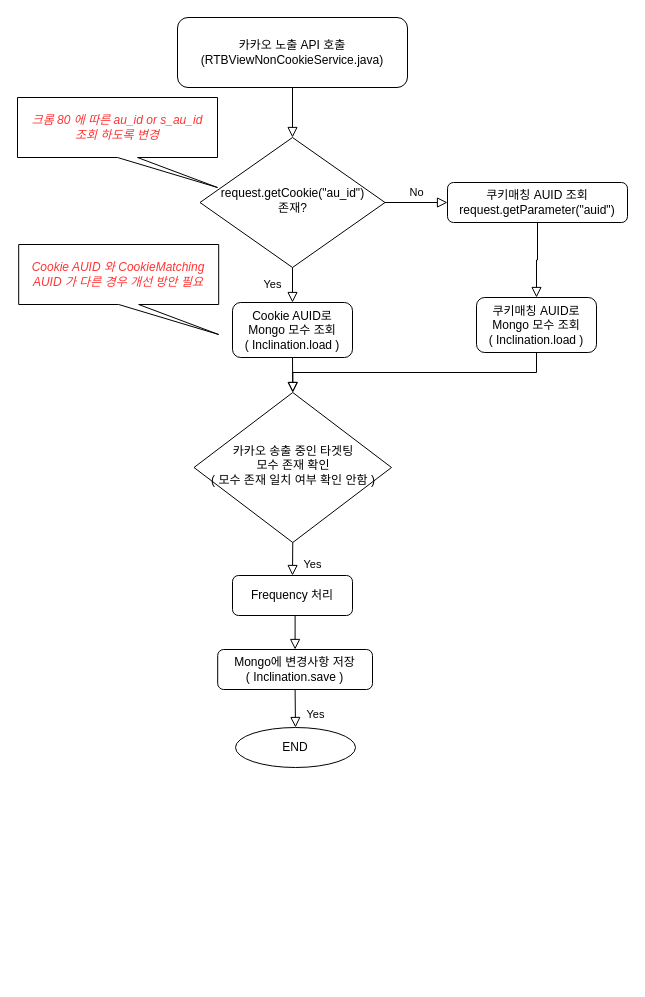
BaekSeungJo/Diagram keeps this draw.io diagram as RTBViewNonCookieService 기존 흐름도.drawio. Above is the earlier version. Source tidied: cells renumbered, new cells numbered last; positions are measured from the earlier drawing's top-left corner, leaving out a move shared by most shapes. Both pictures are drawn from the tidied source at 100%, with x=0, y=0 at pixel (17, 17).
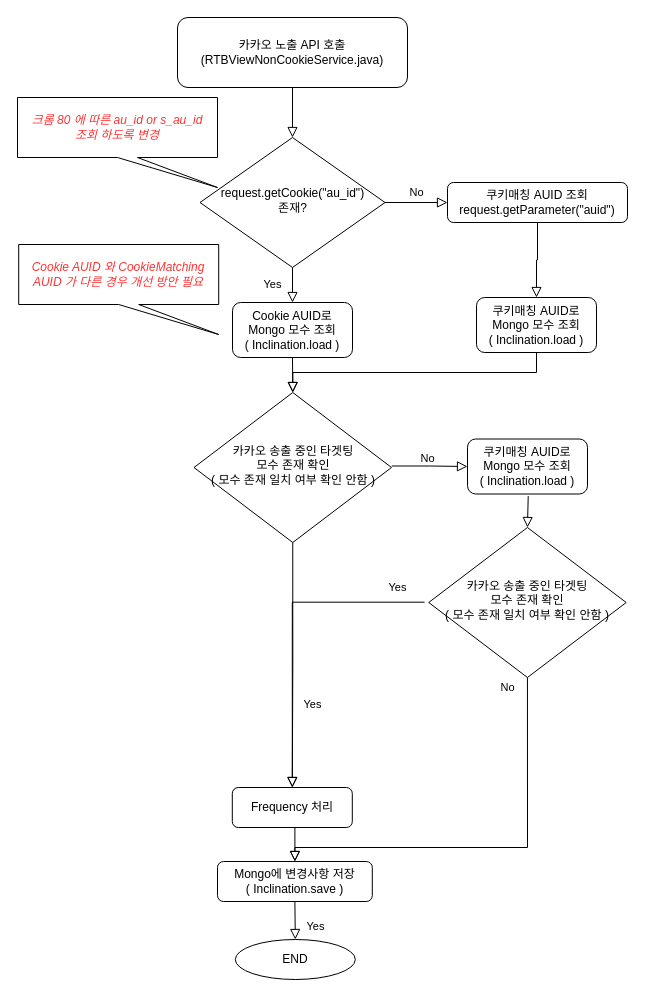
The same diagram, later.

Commit message:
RTBViewNonCookieService 기존 흐름도.drawio 업데이트

Unchanged cells that the change refers to:
```xml
<mxCell id="10" value="카카오 송출 중인 타겟팅&lt;br&gt;모수 존재 확인&lt;br&gt;( 모수 존재 일치 여부 확인 안함 )" style="rhombus;whiteSpace=wrap;html=1;shadow=0;fontFamily=Helvetica;fontSize=12;align=center;strokeWidth=1;spacing=6;spacingTop=-4;" parent="1" vertex="1">
  <mxGeometry x="176.5" y="375" width="197.5" height="150" as="geometry" />
</mxCell>
```

What changed in the source:
```diff
@@
     <mxCell id="11" value="Frequency 처리" style="rounded=1;whiteSpace=wrap;html=1;fontSize=12;glass=0;strokeWidth=1;shadow=0;" parent="1" vertex="1">
-      <mxGeometry x="215" y="558" width="120" height="40" as="geometry" />
+      <mxGeometry x="214.8" y="770" width="120" height="40" as="geometry" />
     </mxCell>
@@
     <mxCell id="16" value="Mongo에 변경사항 저장&lt;br&gt;( Inclination.save )" style="rounded=1;whiteSpace=wrap;html=1;fontSize=12;glass=0;strokeWidth=1;shadow=0;" parent="1" vertex="1">
-      <mxGeometry x="200.2" y="632" width="154.8" height="40" as="geometry" />
+      <mxGeometry x="200" y="844" width="154.8" height="40" as="geometry" />
     </mxCell>
@@
     <mxCell id="18" value="END" style="ellipse;whiteSpace=wrap;html=1;" parent="1" vertex="1">
-      <mxGeometry x="218" y="710" width="120" height="40" as="geometry" />
+      <mxGeometry x="217.8" y="922" width="120" height="40" as="geometry" />
     </mxCell>
@@
+    <mxCell id="22" value="No" style="edgeStyle=orthogonalEdgeStyle;rounded=0;html=1;jettySize=auto;fontSize=11;endArrow=block;endFill=0;endSize=8;strokeWidth=1;shadow=0;labelBackgroundColor=none;exitX=1.001;exitY=0.49;exitDx=0;exitDy=0;exitPerimeter=0;entryX=0;entryY=0.5;entryDx=0;entryDy=0;" parent="1" edge="1" source="10" target="23">
+      <mxGeometry x="-0.06" y="8" relative="1" as="geometry" />
+    </mxCell>
+    <mxCell id="23" value="쿠키매칭 AUID로&lt;br&gt;Mongo 모수 조회&lt;br&gt;( Inclination.load )" style="rounded=1;whiteSpace=wrap;html=1;fontSize=12;glass=0;strokeWidth=1;shadow=0;" parent="1" vertex="1">
+      <mxGeometry x="450" y="421.5" width="120" height="55" as="geometry" />
+    </mxCell>
+    <mxCell id="24" value="카카오 송출 중인 타겟팅&lt;br&gt;모수 존재 확인&lt;br&gt;( 모수 존재 일치 여부 확인 안함 )" style="rhombus;whiteSpace=wrap;html=1;shadow=0;fontFamily=Helvetica;fontSize=12;align=center;strokeWidth=1;spacing=6;spacingTop=-4;" parent="1" vertex="1">
+      <mxGeometry x="411.2" y="510" width="197.5" height="150" as="geometry" />
+    </mxCell>
+    <mxCell id="25" style="edgeStyle=orthogonalEdgeStyle;rounded=0;html=1;jettySize=auto;fontSize=11;endArrow=block;endFill=0;endSize=8;strokeWidth=1;shadow=0;labelBackgroundColor=none;exitX=0.506;exitY=1.038;exitDx=0;exitDy=0;exitPerimeter=0;entryX=0.5;entryY=0;entryDx=0;entryDy=0;" parent="1" edge="1" source="23" target="24">
+      <mxGeometry x="-0.06" y="8" relative="1" as="geometry" />
+    </mxCell>
+    <mxCell id="26" value="Yes" style="rounded=0;html=1;jettySize=auto;fontSize=11;endArrow=block;endFill=0;endSize=8;strokeWidth=1;shadow=0;labelBackgroundColor=none;edgeStyle=orthogonalEdgeStyle;exitX=-0.021;exitY=0.498;exitDx=0;exitDy=0;entryX=0.5;entryY=0;entryDx=0;entryDy=0;exitPerimeter=0;" parent="1" edge="1" source="24" target="11">
+      <mxGeometry x="-0.83" y="-15" relative="1" as="geometry" />
+    </mxCell>
+    <mxCell id="27" value="No" style="edgeStyle=orthogonalEdgeStyle;rounded=0;html=1;jettySize=auto;fontSize=11;endArrow=block;endFill=0;endSize=8;strokeWidth=1;shadow=0;labelBackgroundColor=none;exitX=0.5;exitY=1;exitDx=0;exitDy=0;entryX=0.5;entryY=0;entryDx=0;entryDy=0;" parent="1" edge="1" source="24" target="16">
+      <mxGeometry x="-0.95" y="-20" relative="1" as="geometry">
+        <Array as="points">
+          <mxPoint x="510" y="830" />
+          <mxPoint x="277" y="830" />
+        </Array>
+      </mxGeometry>
+    </mxCell>
```
